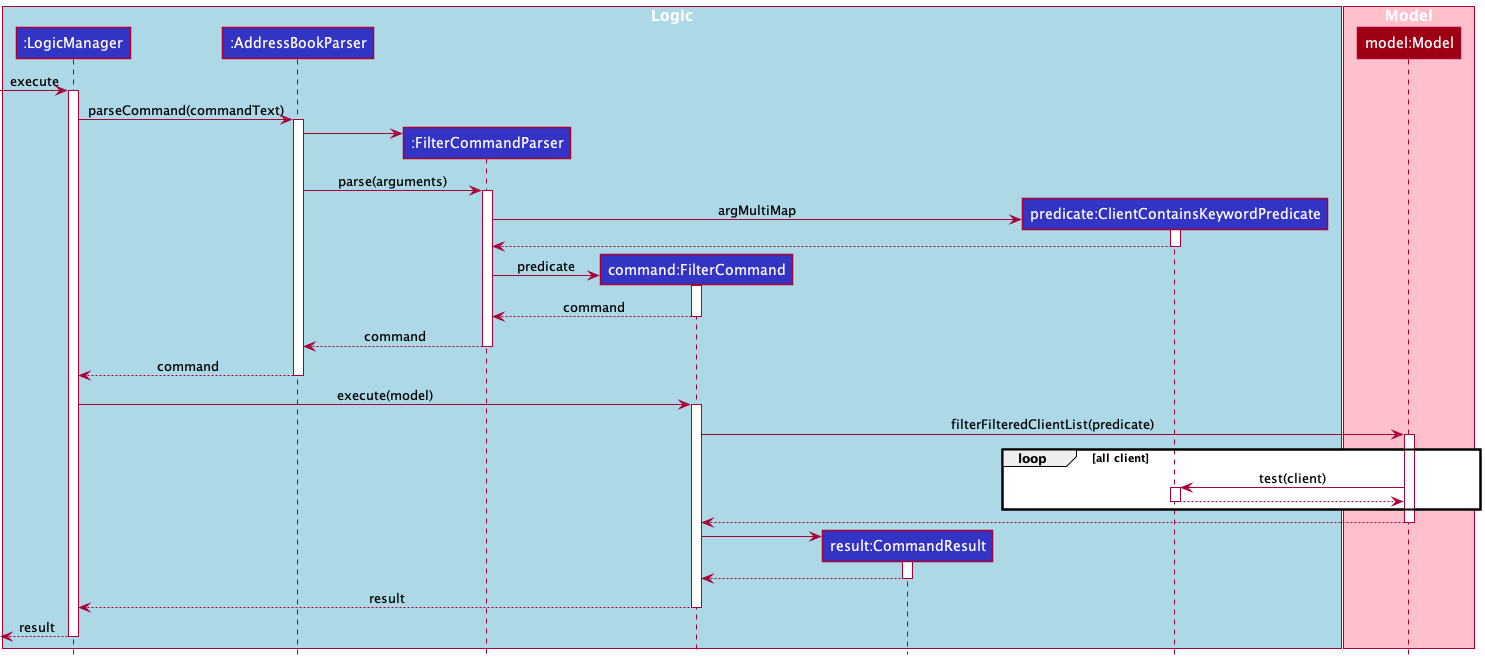
nus-cs2103-AY2122S1/ip keeps this PlantUML diagram as docs/images/tracing/FilterCommandSequenceDiagram.png. Above is the earlier version.
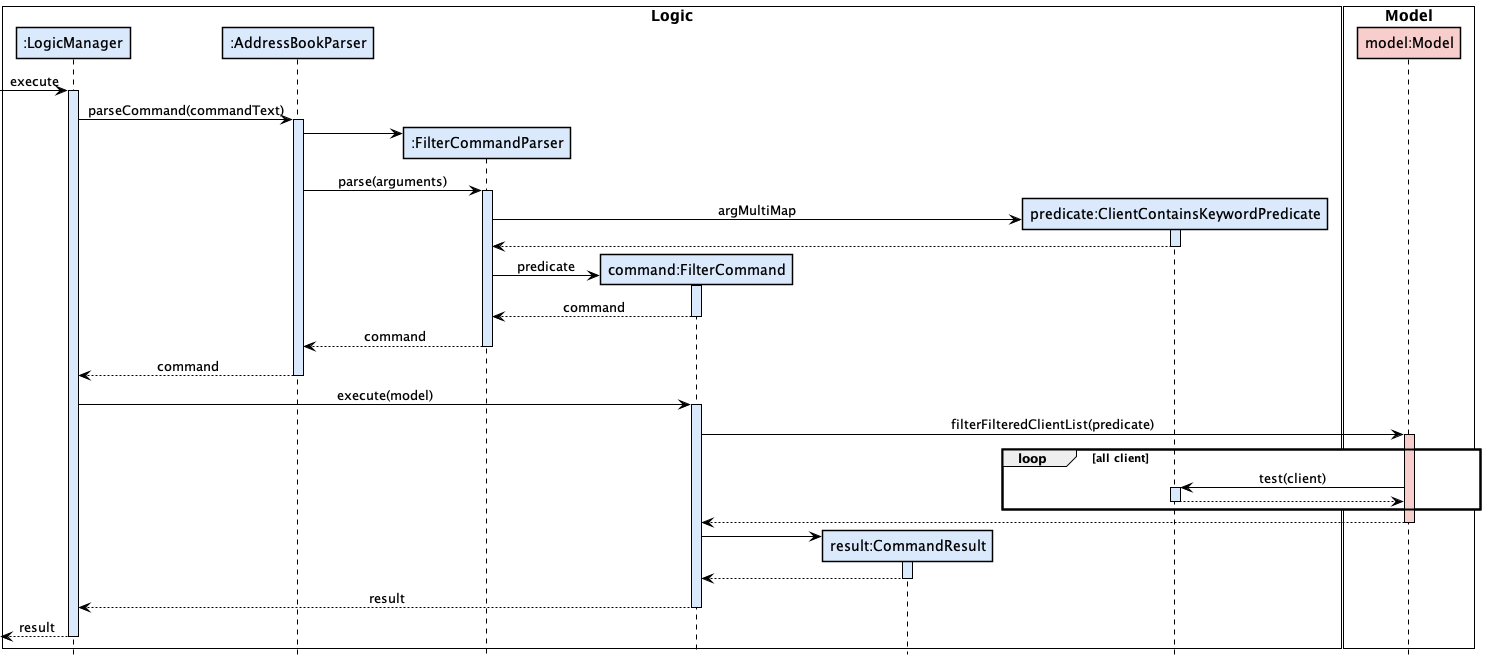
Later version of the same file.

What changed in the source:
```diff
@@ -1,7 +1,7 @@
 @startuml
 !include ../style.puml
 
-box "Logic" #LightBlue
+box "Logic" #FFFFFF
 Participant ":LogicManager" as logic LOGIC_COLOR
 Participant ":AddressBookParser" as abp LOGIC_COLOR
 Participant ":FilterCommandParser" as fcp LOGIC_COLOR
@@ -9,33 +9,35 @@
 Participant "result:CommandResult" as cr LOGIC_COLOR
 Participant "predicate:ClientContainsKeywordPredicate" as pckp LOGIC_COLOR
 end box
-box "Model" #Pink
+box "Model" #FFFFFF
 Participant "model:Model" as model MODEL_COLOR
 end box
 
+skinparam sequenceBoxBorderColor #black
+
 [-> logic : execute
-activate logic
-logic -> abp ++: parseCommand(commandText)
+activate logic LOGIC_COLOR
+logic -> abp ++ LOGIC_COLOR: parseCommand(commandText)
 create fcp
 abp -> fcp
-abp -> fcp ++: parse(arguments)
+abp -> fcp ++ LOGIC_COLOR: parse(arguments)
 create pckp
-fcp -> pckp ++: argMultiMap
+fcp -> pckp ++ LOGIC_COLOR: argMultiMap
 pckp --> fcp --:
 create fc
-fcp -> fc ++: predicate
+fcp -> fc ++ LOGIC_COLOR: predicate
 fc --> fcp --: command
 fcp --> abp --: command
 abp --> logic --: command
-logic -> fc ++: execute(model)
-fc -> model ++: filterFilteredClientList(predicate)
+logic -> fc ++ LOGIC_COLOR: execute(model)
+fc -> model ++ MODEL_COLOR: filterFilteredClientList(predicate)
 loop all client
-    model -> pckp ++: test(client)
+    model -> pckp ++ LOGIC_COLOR: test(client)
     pckp --> model --
 end
 model --> fc --:
 create cr
-fc -> cr ++:
+fc -> cr ++ LOGIC_COLOR:
 cr --> fc --:
 fc --> logic --: result
 logic -->[ --: result
```
